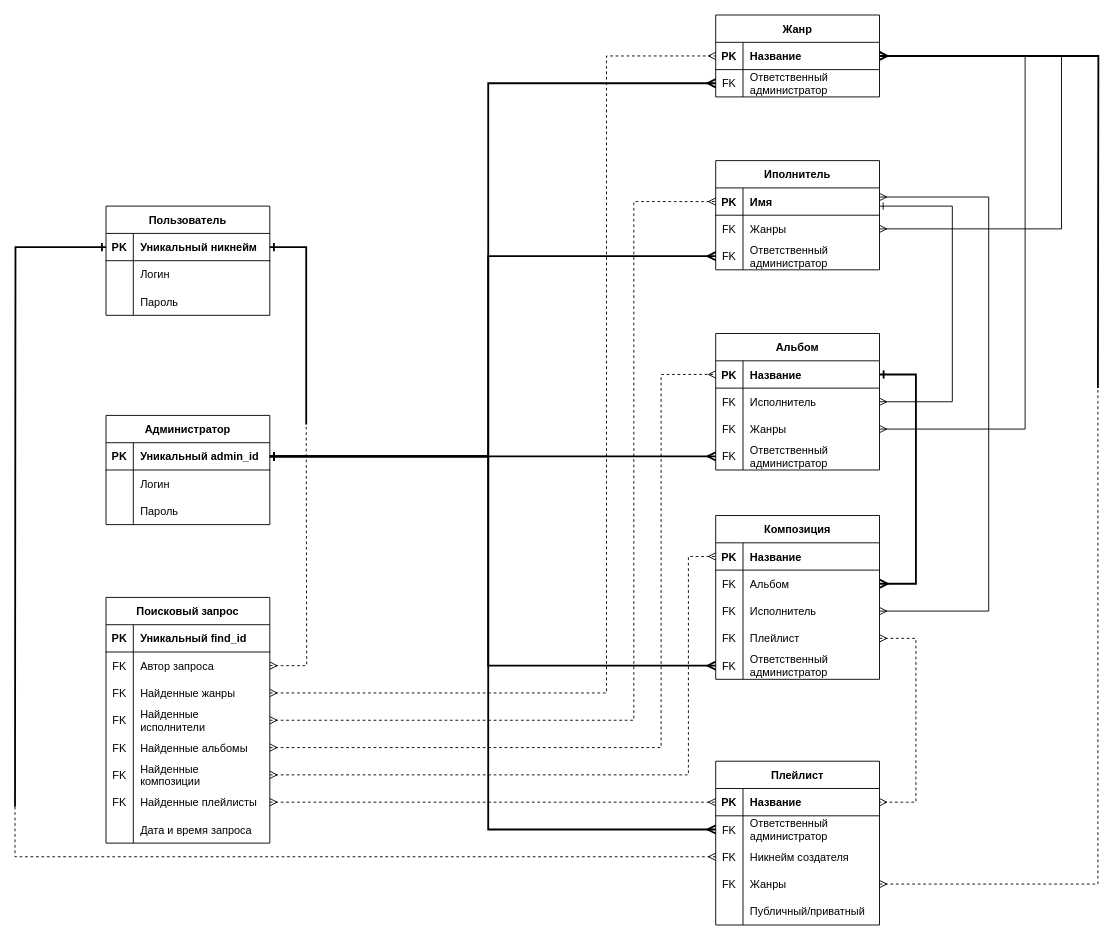
The draw.io diagram ER-diagram/ER-diagram.drawio in UmbrellaLeaf5/music_library_database, before the edit. Source tidied: cells renumbered, new cells numbered last; positions are measured from the earlier drawing's top-left corner, leaving out a move shared by most shapes. Both pictures are drawn from the tidied source at 91%, with x=0, y=0 at pixel (15, 15).
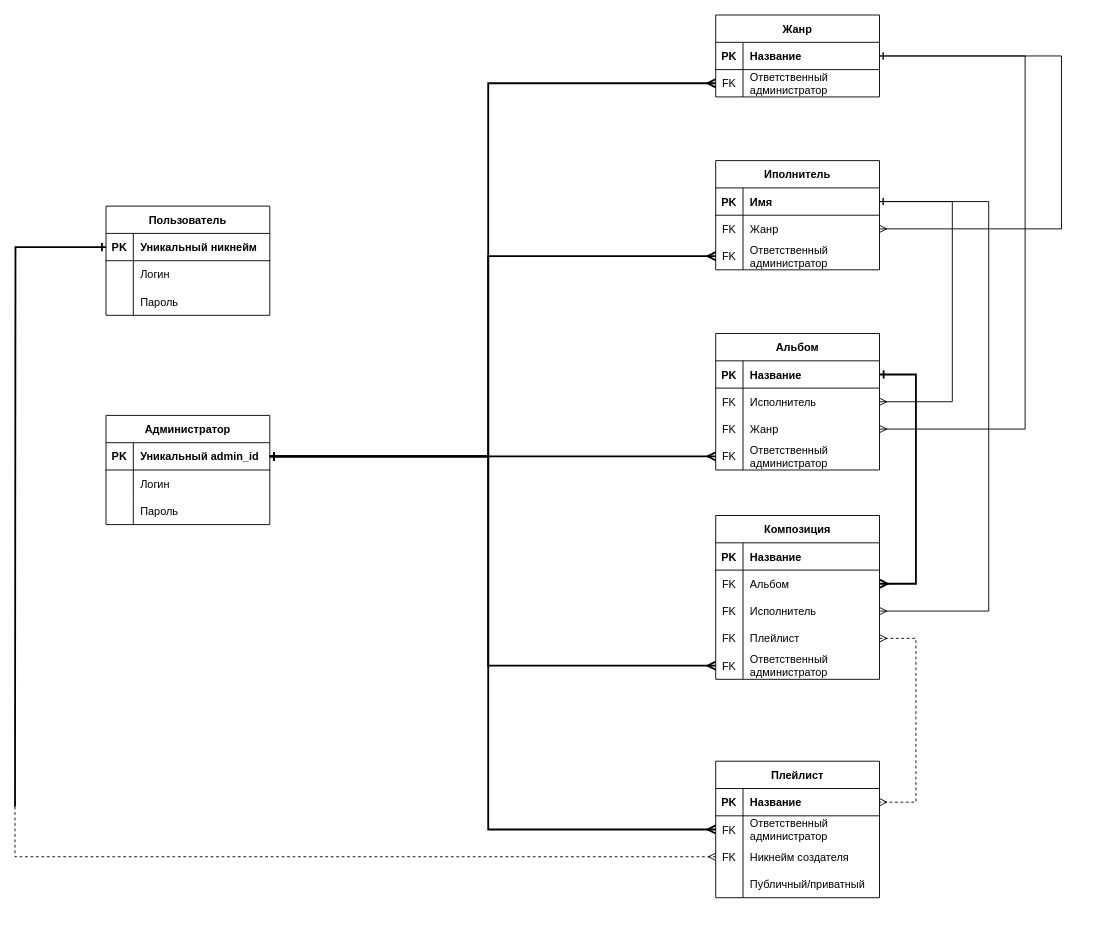
After the change.

Unchanged cells that the change refers to:
```xml
<mxCell id="3" style="shape=tableRow;horizontal=0;startSize=0;swimlaneHead=0;swimlaneBody=0;fillColor=none;points=[[0,0.5],[1,0.5]];portConstraint=eastwest;top=0;left=0;right=0;bottom=1;" parent="2" vertex="1">
  <mxGeometry y="30" width="180" height="30" as="geometry" />
</mxCell>
<mxCell id="23" style="shape=tableRow;horizontal=0;startSize=0;swimlaneHead=0;swimlaneBody=0;fillColor=none;points=[[0,0.5],[1,0.5]];portConstraint=eastwest;top=0;left=0;right=0;bottom=1;" parent="22" vertex="1">
  <mxGeometry y="30" width="180" height="30" as="geometry" />
</mxCell>
<mxCell id="29" style="shape=tableRow;horizontal=0;startSize=0;swimlaneHead=0;swimlaneBody=0;fillColor=none;points=[[0,0.5],[1,0.5]];portConstraint=eastwest;top=0;left=0;right=0;bottom=0;" parent="22" vertex="1">
  <mxGeometry y="90" width="180" height="30" as="geometry" />
</mxCell>
<mxCell id="39" style="shape=tableRow;horizontal=0;startSize=0;swimlaneHead=0;swimlaneBody=0;fillColor=none;points=[[0,0.5],[1,0.5]];portConstraint=eastwest;top=0;left=0;right=0;bottom=1;" parent="38" vertex="1">
  <mxGeometry y="30" width="180" height="30" as="geometry" />
</mxCell>
<mxCell id="42" style="shape=tableRow;horizontal=0;startSize=0;swimlaneHead=0;swimlaneBody=0;fillColor=none;points=[[0,0.5],[1,0.5]];portConstraint=eastwest;top=0;left=0;right=0;bottom=0;" parent="38" vertex="1">
  <mxGeometry y="60" width="180" height="30" as="geometry" />
</mxCell>
<mxCell id="45" style="shape=tableRow;horizontal=0;startSize=0;swimlaneHead=0;swimlaneBody=0;fillColor=none;points=[[0,0.5],[1,0.5]];portConstraint=eastwest;top=0;left=0;right=0;bottom=0;" parent="38" vertex="1">
  <mxGeometry y="90" width="180" height="30" as="geometry" />
</mxCell>
<mxCell id="52" style="shape=tableRow;horizontal=0;startSize=0;swimlaneHead=0;swimlaneBody=0;fillColor=none;points=[[0,0.5],[1,0.5]];portConstraint=eastwest;top=0;left=0;right=0;bottom=1;" parent="51" vertex="1">
  <mxGeometry y="30" width="180" height="30" as="geometry" />
</mxCell>
<mxCell id="59" style="shape=tableRow;horizontal=0;startSize=0;swimlaneHead=0;swimlaneBody=0;fillColor=none;points=[[0,0.5],[1,0.5]];portConstraint=eastwest;top=0;left=0;right=0;bottom=1;" parent="58" vertex="1">
  <mxGeometry y="30" width="180" height="30" as="geometry" />
</mxCell>
<mxCell id="62" style="shape=tableRow;horizontal=0;startSize=0;swimlaneHead=0;swimlaneBody=0;fillColor=none;points=[[0,0.5],[1,0.5]];portConstraint=eastwest;top=0;left=0;right=0;bottom=0;" parent="58" vertex="1">
  <mxGeometry y="60" width="180" height="30" as="geometry" />
</mxCell>
<mxCell id="69" style="shape=tableRow;horizontal=0;startSize=0;swimlaneHead=0;swimlaneBody=0;fillColor=none;points=[[0,0.5],[1,0.5]];portConstraint=eastwest;top=0;left=0;right=0;bottom=1;" parent="68" vertex="1">
  <mxGeometry y="30" width="180" height="30" as="geometry" />
</mxCell>
```

Diff of the diagram source:
```diff
@@
-    <mxCell id="47" value="Жанры" style="shape=partialRectangle;fillColor=none;top=0;left=0;bottom=0;right=0;align=left;spacingLeft=6;overflow=hidden;" parent="45" vertex="1">
+    <mxCell id="47" value="Жанр" style="shape=partialRectangle;fillColor=none;top=0;left=0;bottom=0;right=0;align=left;spacingLeft=6;overflow=hidden;" parent="45" vertex="1">
       <mxGeometry x="30" width="150" height="30" as="geometry" />
     </mxCell>
@@
-    <mxCell id="64" value="Жанры" style="shape=partialRectangle;fillColor=none;top=0;left=0;bottom=0;right=0;align=left;spacingLeft=6;overflow=hidden;" parent="62" vertex="1">
+    <mxCell id="64" value="Жанр" style="shape=partialRectangle;fillColor=none;top=0;left=0;bottom=0;right=0;align=left;spacingLeft=6;overflow=hidden;" parent="62" vertex="1">
       <mxGeometry x="30" width="150" height="30" as="geometry" />
     </mxCell>
@@
     <mxCell id="68" value="Плейлист" style="shape=table;startSize=30;childLayout=tableLayout;rowLines=0;fontStyle=1;align=center;fillColor=none;" parent="1" vertex="1">
-      <mxGeometry x="770" y="820" width="180" height="180" as="geometry" />
+      <mxGeometry x="770" y="820" width="180" height="150" as="geometry" />
     </mxCell>
@@
-    <mxCell id="78" style="shape=tableRow;horizontal=0;startSize=0;swimlaneHead=0;swimlaneBody=0;fillColor=none;points=[[0,0.5],[1,0.5]];portConstraint=eastwest;top=0;left=0;right=0;bottom=0;" parent="68" vertex="1">
-      <mxGeometry y="120" width="180" height="30" as="geometry" />
-    </mxCell>
-    <mxCell id="79" value="FK" style="shape=partialRectangle;fillColor=none;top=0;left=0;bottom=0;right=0;overflow=hidden;" parent="78" vertex="1">
-      <mxGeometry width="30" height="30" as="geometry" />
-    </mxCell>
-    <mxCell id="80" value="Жанры" style="shape=partialRectangle;fillColor=none;top=0;left=0;bottom=0;right=0;align=left;spacingLeft=6;overflow=hidden;" parent="78" vertex="1">
-      <mxGeometry x="30" width="150" height="30" as="geometry" />
-    </mxCell>
     <mxCell id="81" style="shape=tableRow;horizontal=0;startSize=0;swimlaneHead=0;swimlaneBody=0;fillColor=none;top=0;left=0;right=0;bottom=0;" parent="68" vertex="1">
-      <mxGeometry y="150" width="180" height="30" as="geometry" />
+      <mxGeometry y="120" width="180" height="30" as="geometry" />
     </mxCell>
@@
     <mxCell id="89" style="edgeStyle=orthogonalEdgeStyle;rounded=0;html=1;exitX=1;exitY=0.5;exitDx=0;exitDy=0;startArrow=ERmany;startFill=0;endArrow=ERone;endFill=0;" parent="1" edge="1" source="42" target="59">
       <mxGeometry relative="1" as="geometry">
         <Array as="points">
           <mxPoint x="1030" y="425" />
-          <mxPoint x="1030" y="210" />
+          <mxPoint x="1030" y="205" />
         </Array>
       </mxGeometry>
     </mxCell>
-    <mxCell id="90" style="edgeStyle=orthogonalEdgeStyle;rounded=0;html=1;exitX=1;exitY=0.5;exitDx=0;exitDy=0;startArrow=ERmany;startFill=0;endArrow=ERmany;endFill=0;entryX=1;entryY=0.5;entryDx=0;entryDy=0;strokeWidth=1;" parent="1" edge="1" source="45" target="52">
+    <mxCell id="90" style="edgeStyle=orthogonalEdgeStyle;rounded=0;html=1;exitX=1;exitY=0.5;exitDx=0;exitDy=0;startArrow=ERmany;startFill=0;endArrow=ERone;endFill=0;entryX=1;entryY=0.5;entryDx=0;entryDy=0;strokeWidth=1;" parent="1" edge="1" source="45" target="52">
       <mxGeometry relative="1" as="geometry">
         <Array as="points">
           <mxPoint x="1110" y="455" />
           <mxPoint x="1110" y="45" />
         </Array>
       </mxGeometry>
     </mxCell>
-    <mxCell id="91" style="edgeStyle=orthogonalEdgeStyle;rounded=0;html=1;exitX=1;exitY=0.5;exitDx=0;exitDy=0;startArrow=ERmany;startFill=0;endArrow=ERmany;endFill=0;strokeWidth=1;" parent="1" edge="1" source="29" target="59">
+    <mxCell id="91" style="edgeStyle=orthogonalEdgeStyle;rounded=0;html=1;exitX=1;exitY=0.5;exitDx=0;exitDy=0;startArrow=ERmany;startFill=0;endArrow=ERone;endFill=0;strokeWidth=1;" parent="1" edge="1" source="29" target="59">
       <mxGeometry relative="1" as="geometry">
         <Array as="points">
           <mxPoint x="1070" y="655" />
-          <mxPoint x="1070" y="200" />
+          <mxPoint x="1070" y="205" />
         </Array>
       </mxGeometry>
     </mxCell>
@@
-    <mxCell id="96" style="edgeStyle=orthogonalEdgeStyle;rounded=0;html=1;exitX=1;exitY=0.5;exitDx=0;exitDy=0;dashed=1;startArrow=ERmany;startFill=0;endArrow=none;endFill=0;" parent="1" edge="1" source="78">
-      <mxGeometry relative="1" as="geometry">
-        <mxPoint x="1190" y="410" as="targetPoint" />
-        <Array as="points">
-          <mxPoint x="1190" y="955" />
-        </Array>
-      </mxGeometry>
-    </mxCell>
-    <mxCell id="97" style="edgeStyle=orthogonalEdgeStyle;rounded=0;html=1;exitX=1;exitY=0.5;exitDx=0;exitDy=0;startArrow=ERmany;startFill=0;endArrow=ERmany;endFill=0;entryX=1;entryY=0.5;entryDx=0;entryDy=0;" parent="1" edge="1" source="62" target="52">
+    <mxCell id="97" style="edgeStyle=orthogonalEdgeStyle;rounded=0;html=1;exitX=1;exitY=0.5;exitDx=0;exitDy=0;startArrow=ERmany;startFill=0;endArrow=ERone;endFill=0;entryX=1;entryY=0.5;entryDx=0;entryDy=0;" parent="1" edge="1" source="62" target="52">
       <mxGeometry relative="1" as="geometry">
         <Array as="points">
           <mxPoint x="1150" y="235" />
           <mxPoint x="1150" y="45" />
         </Array>
       </mxGeometry>
     </mxCell>
-    <mxCell id="98" style="edgeStyle=orthogonalEdgeStyle;html=1;exitX=1;exitY=0.5;exitDx=0;exitDy=0;strokeWidth=2;startArrow=ERmany;startFill=0;endArrow=none;endFill=0;rounded=0;" parent="1" edge="1" source="52">
-      <mxGeometry relative="1" as="geometry">
-        <mxPoint x="1190" y="410" as="targetPoint" />
-      </mxGeometry>
-    </mxCell>
-    <mxCell id="99" value="Поисковый запрос" style="shape=table;startSize=30;childLayout=tableLayout;rowLines=0;fontStyle=1;align=center;fillColor=none;" parent="1" vertex="1">
-      <mxGeometry x="100" y="640" width="180" height="270" as="geometry" />
-    </mxCell>
-    <mxCell id="100" style="shape=tableRow;horizontal=0;startSize=0;swimlaneHead=0;swimlaneBody=0;fillColor=none;top=0;left=0;right=0;bottom=1;" parent="99" vertex="1">
-      <mxGeometry y="30" width="180" height="30" as="geometry" />
-    </mxCell>
-    <mxCell id="101" value="PK" style="shape=partialRectangle;fillColor=none;top=0;left=0;bottom=0;right=0;fontStyle=1;overflow=hidden;" parent="100" vertex="1">
-      <mxGeometry width="30" height="30" as="geometry" />
-    </mxCell>
-    <mxCell id="102" value="Уникальный find_id" style="shape=partialRectangle;fillColor=none;top=0;left=0;bottom=0;right=0;align=left;spacingLeft=6;fontStyle=1;overflow=hidden;" parent="100" vertex="1">
-      <mxGeometry x="30" width="150" height="30" as="geometry" />
-    </mxCell>
-    <mxCell id="103" style="shape=tableRow;horizontal=0;startSize=0;swimlaneHead=0;swimlaneBody=0;fillColor=none;points=[[0,0.5],[1,0.5]];portConstraint=eastwest;top=0;left=0;right=0;bottom=0;" parent="99" vertex="1">
-      <mxGeometry y="60" width="180" height="30" as="geometry" />
-    </mxCell>
-    <mxCell id="104" value="FK" style="shape=partialRectangle;fillColor=none;top=0;left=0;bottom=0;right=0;overflow=hidden;" parent="103" vertex="1">
-      <mxGeometry width="30" height="30" as="geometry" />
-    </mxCell>
-    <mxCell id="105" value="Автор запроса" style="shape=partialRectangle;fillColor=none;top=0;left=0;bottom=0;right=0;align=left;spacingLeft=6;overflow=hidden;" parent="103" vertex="1">
-      <mxGeometry x="30" width="150" height="30" as="geometry" />
-    </mxCell>
-    <mxCell id="106" style="shape=tableRow;horizontal=0;startSize=0;swimlaneHead=0;swimlaneBody=0;fillColor=none;points=[[0,0.5],[1,0.5]];portConstraint=eastwest;top=0;left=0;right=0;bottom=0;" parent="99" vertex="1">
-      <mxGeometry y="90" width="180" height="30" as="geometry" />
-    </mxCell>
-    <mxCell id="107" value="FK" style="shape=partialRectangle;fillColor=none;top=0;left=0;bottom=0;right=0;overflow=hidden;" parent="106" vertex="1">
-      <mxGeometry width="30" height="30" as="geometry" />
-    </mxCell>
-    <mxCell id="108" value="Найденные жанры" style="shape=partialRectangle;fillColor=none;top=0;left=0;bottom=0;right=0;align=left;spacingLeft=6;overflow=hidden;" parent="106" vertex="1">
-      <mxGeometry x="30" width="150" height="30" as="geometry" />
-    </mxCell>
-    <mxCell id="109" style="shape=tableRow;horizontal=0;startSize=0;swimlaneHead=0;swimlaneBody=0;fillColor=none;points=[[0,0.5],[1,0.5]];portConstraint=eastwest;top=0;left=0;right=0;bottom=0;" parent="99" vertex="1">
-      <mxGeometry y="120" width="180" height="30" as="geometry" />
-    </mxCell>
-    <mxCell id="110" value="FK" style="shape=partialRectangle;fillColor=none;top=0;left=0;bottom=0;right=0;overflow=hidden;" parent="109" vertex="1">
-      <mxGeometry width="30" height="30" as="geometry" />
-    </mxCell>
-    <mxCell id="111" value="Найденные&#10;исполнители" style="shape=partialRectangle;fillColor=none;top=0;left=0;bottom=0;right=0;align=left;spacingLeft=6;overflow=hidden;" parent="109" vertex="1">
-      <mxGeometry x="30" width="150" height="30" as="geometry" />
-    </mxCell>
-    <mxCell id="112" style="shape=tableRow;horizontal=0;startSize=0;swimlaneHead=0;swimlaneBody=0;fillColor=none;points=[[0,0.5],[1,0.5]];portConstraint=eastwest;top=0;left=0;right=0;bottom=0;" parent="99" vertex="1">
-      <mxGeometry y="150" width="180" height="30" as="geometry" />
-    </mxCell>
-    <mxCell id="113" value="FK" style="shape=partialRectangle;fillColor=none;top=0;left=0;bottom=0;right=0;overflow=hidden;" parent="112" vertex="1">
-      <mxGeometry width="30" height="30" as="geometry" />
-    </mxCell>
-    <mxCell id="114" value="Найденные альбомы" style="shape=partialRectangle;fillColor=none;top=0;left=0;bottom=0;right=0;align=left;spacingLeft=6;overflow=hidden;" parent="112" vertex="1">
-      <mxGeometry x="30" width="150" height="30" as="geometry" />
-    </mxCell>
-    <mxCell id="115" style="shape=tableRow;horizontal=0;startSize=0;swimlaneHead=0;swimlaneBody=0;fillColor=none;points=[[0,0.5],[1,0.5]];portConstraint=eastwest;top=0;left=0;right=0;bottom=0;" parent="99" vertex="1">
-      <mxGeometry y="180" width="180" height="30" as="geometry" />
-    </mxCell>
-    <mxCell id="116" value="FK" style="shape=partialRectangle;fillColor=none;top=0;left=0;bottom=0;right=0;overflow=hidden;" parent="115" vertex="1">
-      <mxGeometry width="30" height="30" as="geometry" />
-    </mxCell>
-    <mxCell id="117" value="Найденные&#10;композиции" style="shape=partialRectangle;fillColor=none;top=0;left=0;bottom=0;right=0;align=left;spacingLeft=6;overflow=hidden;" parent="115" vertex="1">
-      <mxGeometry x="30" width="150" height="30" as="geometry" />
-    </mxCell>
-    <mxCell id="118" style="shape=tableRow;horizontal=0;startSize=0;swimlaneHead=0;swimlaneBody=0;fillColor=none;points=[[0,0.5],[1,0.5]];portConstraint=eastwest;top=0;left=0;right=0;bottom=0;" parent="99" vertex="1">
-      <mxGeometry y="210" width="180" height="30" as="geometry" />
-    </mxCell>
-    <mxCell id="119" value="FK" style="shape=partialRectangle;fillColor=none;top=0;left=0;bottom=0;right=0;overflow=hidden;" parent="118" vertex="1">
-      <mxGeometry width="30" height="30" as="geometry" />
-    </mxCell>
-    <mxCell id="120" value="Найденные плейлисты" style="shape=partialRectangle;fillColor=none;top=0;left=0;bottom=0;right=0;align=left;spacingLeft=6;overflow=hidden;" parent="118" vertex="1">
-      <mxGeometry x="30" width="150" height="30" as="geometry" />
-    </mxCell>
-    <mxCell id="121" style="shape=tableRow;horizontal=0;startSize=0;swimlaneHead=0;swimlaneBody=0;fillColor=none;top=0;left=0;right=0;bottom=0;" parent="99" vertex="1">
-      <mxGeometry y="240" width="180" height="30" as="geometry" />
-    </mxCell>
-    <mxCell id="122" style="shape=partialRectangle;fillColor=none;top=0;left=0;bottom=0;right=0;overflow=hidden;" parent="121" vertex="1">
-      <mxGeometry width="30" height="30" as="geometry" />
-    </mxCell>
-    <mxCell id="123" value="Дата и время запроса" style="shape=partialRectangle;fillColor=none;top=0;left=0;bottom=0;right=0;align=left;spacingLeft=6;overflow=hidden;" parent="121" vertex="1">
-      <mxGeometry x="30" width="150" height="30" as="geometry" />
-    </mxCell>
-    <mxCell id="124" style="edgeStyle=orthogonalEdgeStyle;html=1;entryX=1;entryY=0.5;entryDx=0;entryDy=0;rounded=0;endArrow=ERone;endFill=0;strokeWidth=2;" parent="1" edge="1" target="3">
-      <mxGeometry relative="1" as="geometry">
-        <mxPoint x="320" y="450" as="sourcePoint" />
-        <Array as="points">
-          <mxPoint x="320" y="255" />
-        </Array>
-      </mxGeometry>
-    </mxCell>
-    <mxCell id="125" style="edgeStyle=orthogonalEdgeStyle;rounded=0;html=1;exitX=1;exitY=0.5;exitDx=0;exitDy=0;endArrow=none;endFill=0;startArrow=ERmany;startFill=0;dashed=1;" parent="1" edge="1" source="103">
-      <mxGeometry relative="1" as="geometry">
-        <mxPoint x="320" y="450" as="targetPoint" />
-      </mxGeometry>
-    </mxCell>
-    <mxCell id="126" style="edgeStyle=orthogonalEdgeStyle;rounded=0;html=1;exitX=1;exitY=0.5;exitDx=0;exitDy=0;entryX=0;entryY=0.5;entryDx=0;entryDy=0;dashed=1;startArrow=ERmany;startFill=0;endArrow=ERmany;endFill=0;" parent="1" edge="1" source="118" target="69">
-      <mxGeometry relative="1" as="geometry" />
-    </mxCell>
-    <mxCell id="127" style="edgeStyle=orthogonalEdgeStyle;rounded=0;html=1;exitX=1;exitY=0.5;exitDx=0;exitDy=0;entryX=0;entryY=0.5;entryDx=0;entryDy=0;dashed=1;startArrow=ERmany;startFill=0;endArrow=ERmany;endFill=0;" parent="1" edge="1" source="115" target="23">
-      <mxGeometry relative="1" as="geometry">
-        <Array as="points">
-          <mxPoint x="740" y="835" />
-          <mxPoint x="740" y="595" />
-        </Array>
-      </mxGeometry>
-    </mxCell>
-    <mxCell id="128" style="edgeStyle=orthogonalEdgeStyle;rounded=0;html=1;exitX=1;exitY=0.5;exitDx=0;exitDy=0;entryX=0;entryY=0.5;entryDx=0;entryDy=0;dashed=1;startArrow=ERmany;startFill=0;endArrow=ERmany;endFill=0;" parent="1" edge="1" source="112" target="39">
-      <mxGeometry relative="1" as="geometry">
-        <Array as="points">
-          <mxPoint x="710" y="805" />
-          <mxPoint x="710" y="395" />
-        </Array>
-      </mxGeometry>
-    </mxCell>
-    <mxCell id="129" style="edgeStyle=orthogonalEdgeStyle;rounded=0;html=1;exitX=1;exitY=0.5;exitDx=0;exitDy=0;entryX=0;entryY=0.5;entryDx=0;entryDy=0;dashed=1;startArrow=ERmany;startFill=0;endArrow=ERmany;endFill=0;" parent="1" edge="1" source="109" target="59">
-      <mxGeometry relative="1" as="geometry">
-        <Array as="points">
-          <mxPoint x="680" y="775" />
-          <mxPoint x="680" y="205" />
-        </Array>
-      </mxGeometry>
-    </mxCell>
-    <mxCell id="130" style="edgeStyle=orthogonalEdgeStyle;rounded=0;html=1;exitX=1;exitY=0.5;exitDx=0;exitDy=0;entryX=0;entryY=0.5;entryDx=0;entryDy=0;dashed=1;startArrow=ERmany;startFill=0;endArrow=ERmany;endFill=0;" parent="1" edge="1" source="106" target="52">
-      <mxGeometry relative="1" as="geometry">
-        <Array as="points">
-          <mxPoint x="650" y="745" />
-          <mxPoint x="650" y="45" />
-        </Array>
-      </mxGeometry>
-    </mxCell>
```
